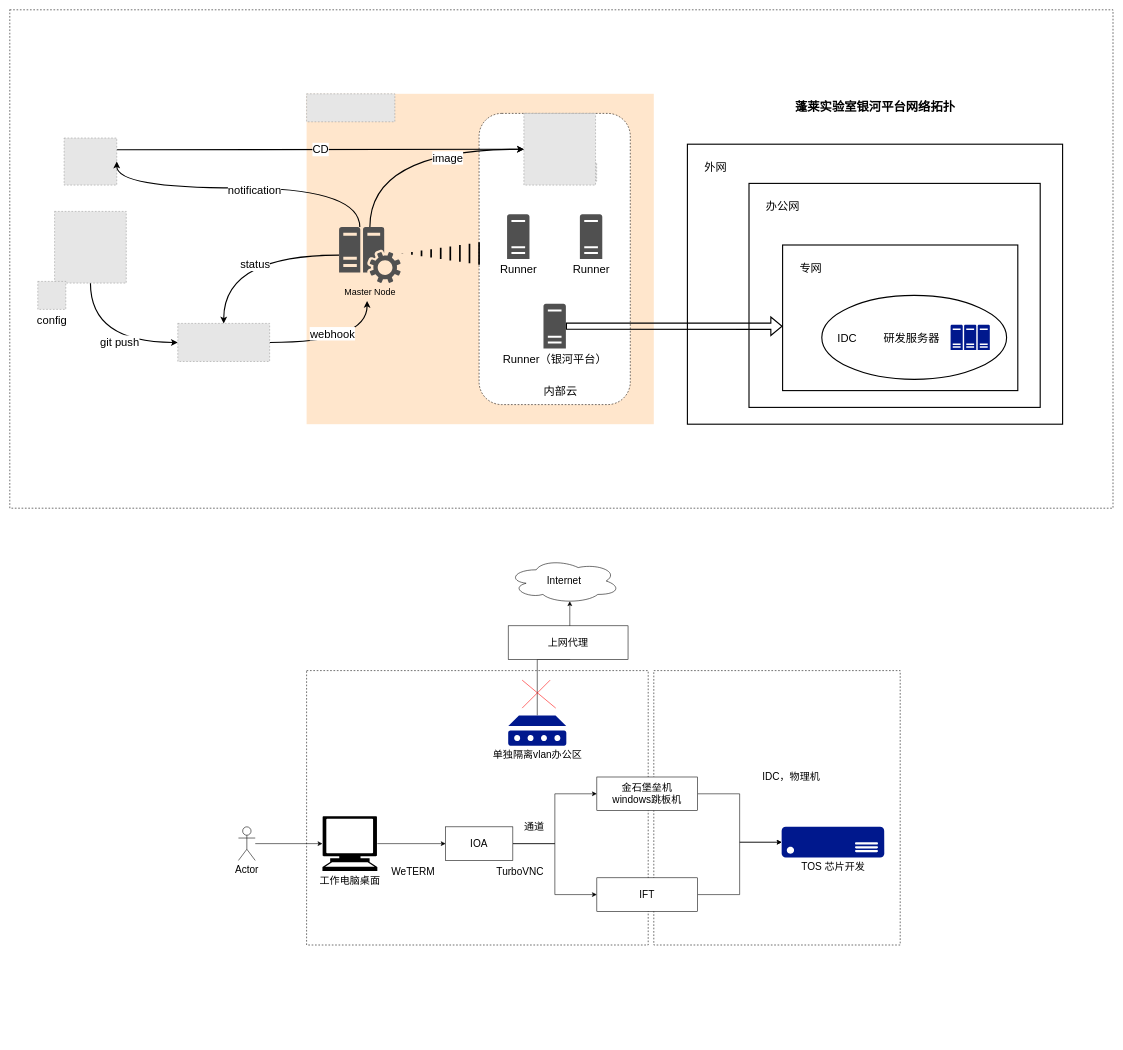
Above: page "Page-2" (2 of 3) of draft/eda-devops/devops.drawio in mattshhuang/draw-io (draw.io), before the change. Source tidied: cells renumbered, new cells numbered last; positions are measured from the earlier drawing's top-left corner, leaving out a move shared by most shapes. Both pictures are drawn from the tidied source at 56%, with x=0, y=0 at pixel (10, 10). Pictures stored in the file or linked from it are replaced by grey dashed boxes.
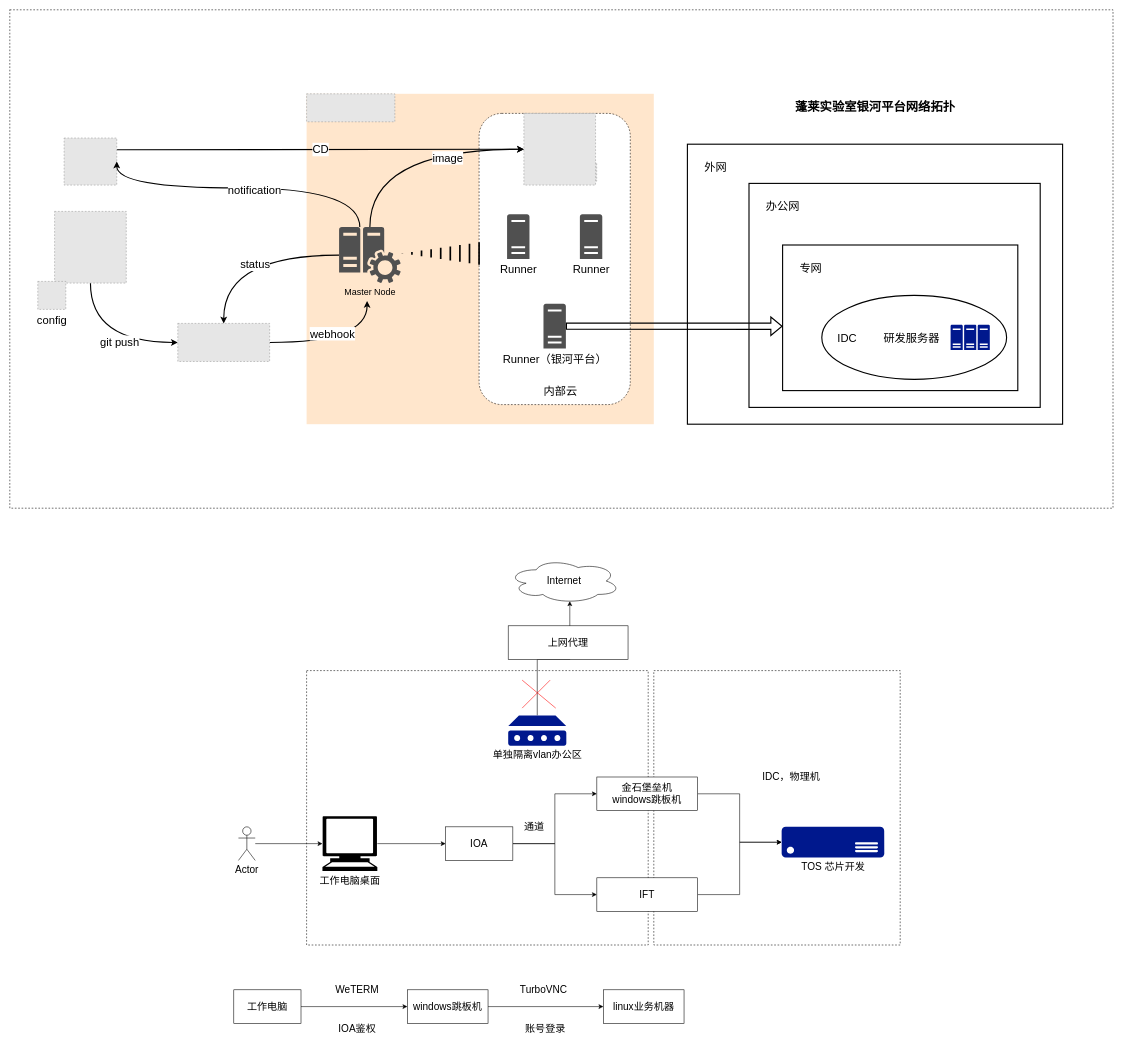
The same diagram, later.

Commit message:
添加银河平台网络架构.drawio

Change to the diagram source:
```diff
@@
     <mxCell id="66" value="WeTERM" style="text;html=1;align=center;verticalAlign=middle;strokeColor=none;fillColor=none;fontSize=18;" parent="1" vertex="1">
-      <mxGeometry x="670" y="1519" width="100" height="40" as="geometry" />
+      <mxGeometry x="570" y="1730" width="100" height="40" as="geometry" />
     </mxCell>
     <mxCell id="67" value="TurboVNC" style="text;html=1;align=center;verticalAlign=middle;strokeColor=none;fillColor=none;fontSize=18;" parent="1" vertex="1">
-      <mxGeometry x="856.3" y="1519" width="110" height="40" as="geometry" />
+      <mxGeometry x="898.3" y="1730" width="110" height="40" as="geometry" />
     </mxCell>
+    <mxCell id="68" style="edgeStyle=orthogonalEdgeStyle;rounded=0;jettySize=auto;html=1;entryX=0;entryY=0.5;entryDx=0;entryDy=0;fontSize=18;strokeColor=#000000;" parent="1" edge="1" source="69" target="71">
+      <mxGeometry relative="1" as="geometry" />
+    </mxCell>
+    <mxCell id="69" value="工作电脑" style="rounded=0;whiteSpace=wrap;html=1;fontSize=18;" parent="1" vertex="1">
+      <mxGeometry x="400" y="1750" width="120" height="60" as="geometry" />
+    </mxCell>
+    <mxCell id="70" style="edgeStyle=orthogonalEdgeStyle;rounded=0;jettySize=auto;html=1;entryX=0;entryY=0.5;entryDx=0;entryDy=0;fontSize=18;strokeColor=#000000;" parent="1" edge="1" source="71" target="72">
+      <mxGeometry relative="1" as="geometry" />
+    </mxCell>
+    <mxCell id="71" value="windows跳板机" style="rounded=0;whiteSpace=wrap;html=1;fontSize=18;" parent="1" vertex="1">
+      <mxGeometry x="710" y="1750" width="144" height="60" as="geometry" />
+    </mxCell>
+    <mxCell id="72" value="linux业务机器" style="rounded=0;whiteSpace=wrap;html=1;fontSize=18;" parent="1" vertex="1">
+      <mxGeometry x="1060" y="1750" width="144" height="60" as="geometry" />
+    </mxCell>
+    <mxCell id="73" value="IOA鉴权" style="text;html=1;align=center;verticalAlign=middle;strokeColor=none;fillColor=none;fontSize=18;" parent="1" vertex="1">
+      <mxGeometry x="575" y="1800" width="90" height="40" as="geometry" />
+    </mxCell>
+    <mxCell id="74" value="账号登录" style="text;html=1;align=center;verticalAlign=middle;strokeColor=none;fillColor=none;fontSize=18;" parent="1" vertex="1">
+      <mxGeometry x="906.3" y="1800" width="100" height="40" as="geometry" />
+    </mxCell>
```
